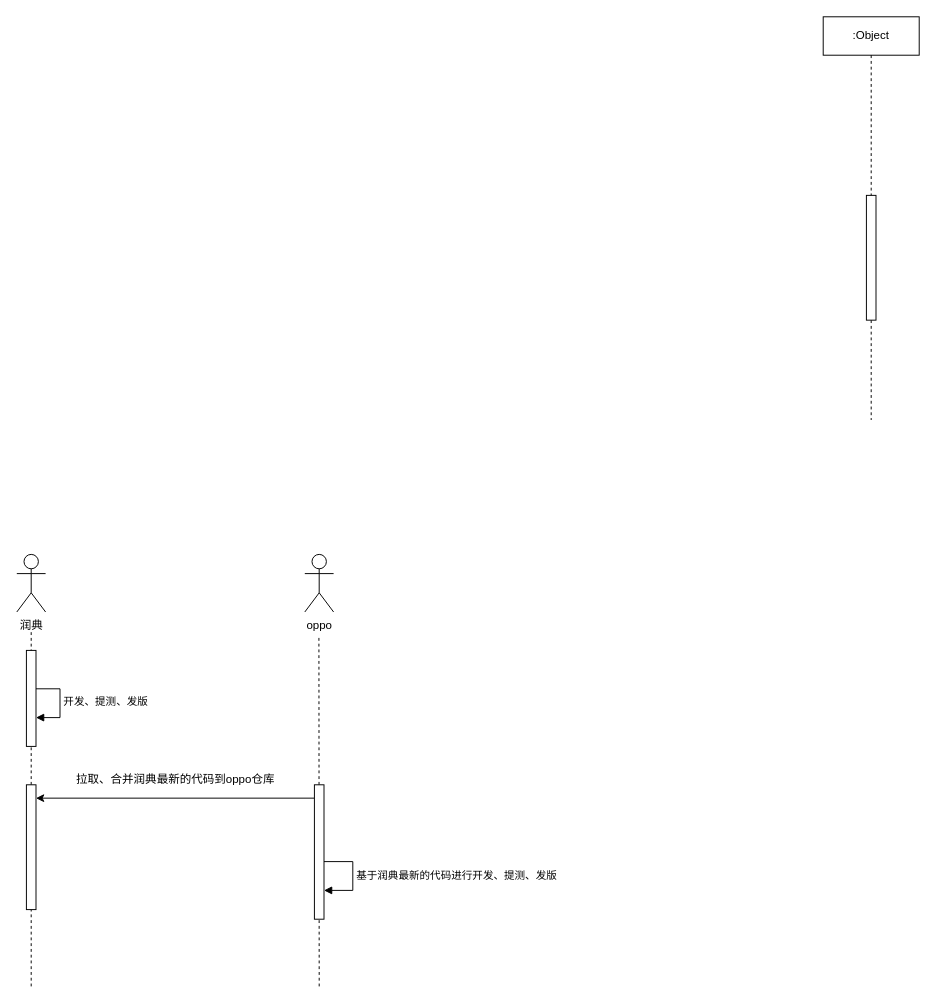
Before: 润典协作模式.drawio in Hantron/jira, a draw.io diagram. Source tidied: cells renumbered, new cells numbered last; positions are measured from the earlier drawing's top-left corner, leaving out a move shared by most shapes. Both pictures are drawn from the tidied source at 96%, with x=0, y=0 at pixel (16, 16).
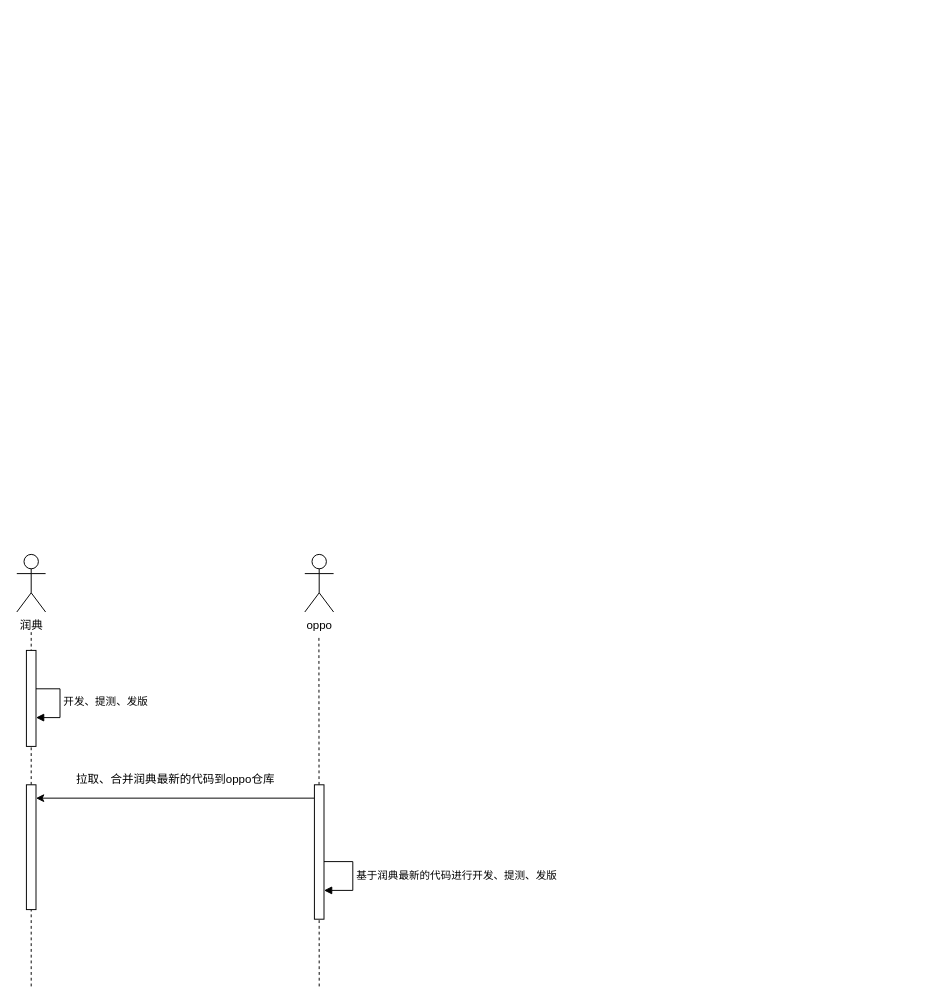
After the change.

Commit message (it also covers changes not shown here):
更新润典协作模式.drawio

The edit, as a diff of the source:
```diff
@@
-    <mxCell id="11" value=":Object" style="shape=umlLifeline;perimeter=lifelinePerimeter;whiteSpace=wrap;html=1;newEdgeStyle={&quot;curved&quot;:0,&quot;rounded&quot;:0};" parent="1" vertex="1">
-      <mxGeometry x="840" width="100" height="420" as="geometry" />
-    </mxCell>
-    <mxCell id="12" style="html=1;perimeter=orthogonalPerimeter;targetShapes=umlLifeline;newEdgeStyle={&quot;curved&quot;:0,&quot;rounded&quot;:0};" parent="11" vertex="1">
-      <mxGeometry x="45" y="186" width="10" height="130" as="geometry" />
-    </mxCell>
```
